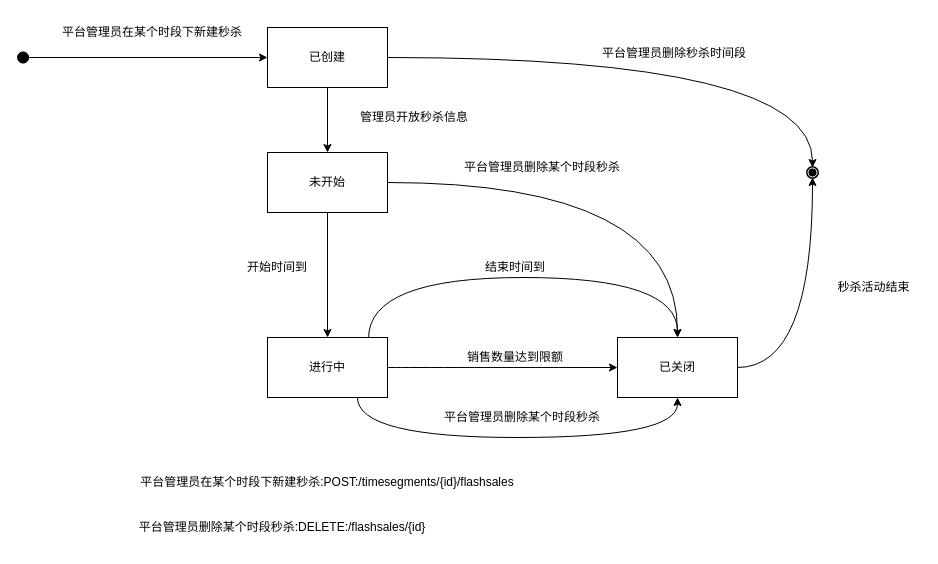
Above: OOAD小组作业/商品模块设计之秒杀活动.drawio in app1echip/grams (draw.io), before the change. Source tidied: cells renumbered, new cells numbered last; positions are measured from the earlier drawing's top-left corner, leaving out a move shared by most shapes. Both pictures are drawn from the tidied source at 100%, with x=0, y=0 at pixel (17, 17).
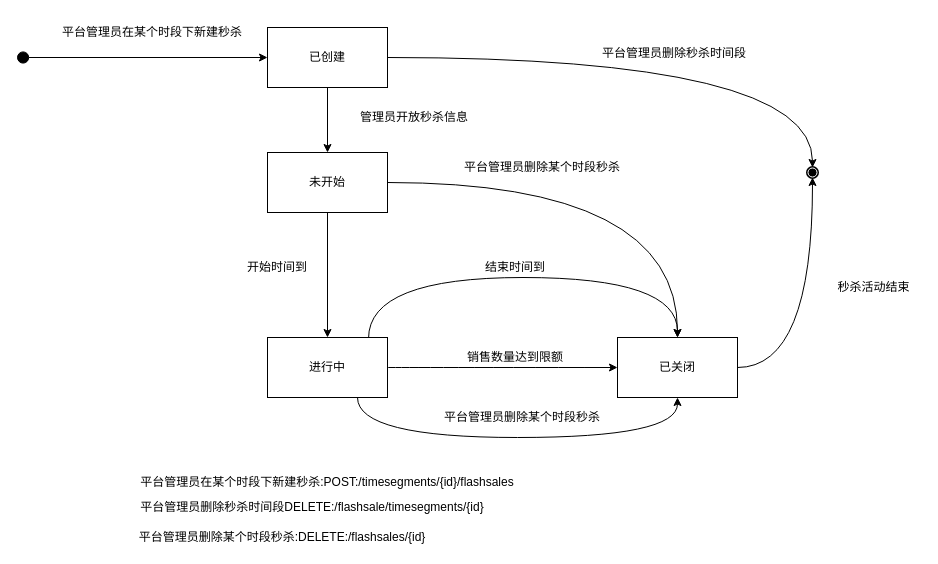
The same page after the edit.

Commit message (it also covers changes not shown here):
Update 商品模块设计之秒杀活动.drawio

Change to the diagram source:
```diff
@@
     <mxCell id="26" value="&lt;span&gt;&lt;span&gt;平台管理员删除某个时段秒杀&lt;/span&gt;&lt;/span&gt;&lt;span&gt;&lt;span&gt;&lt;span class=&quot;opblock-summary-method&quot;&gt;&lt;/span&gt;&lt;span class=&quot;opblock-summary-path&quot;&gt;&lt;a class=&quot;nostyle&quot;&gt;&lt;span&gt;:DELETE:/flashsales/{id}&lt;/span&gt;&lt;/a&gt;&lt;/span&gt;&lt;/span&gt;&lt;/span&gt;" style="text;html=1;strokeColor=none;fillColor=none;align=center;verticalAlign=middle;whiteSpace=wrap;rounded=0;shadow=0;" parent="1" vertex="1">
-      <mxGeometry x="120" y="500" width="290" height="20" as="geometry" />
+      <mxGeometry x="120" y="510" width="290" height="20" as="geometry" />
     </mxCell>
@@
+    <mxCell id="28" value="&lt;span&gt;&lt;span&gt;平台管理员删除秒杀时间段DELETE:/flashsale/timesegments/{id}&lt;/span&gt;&lt;/span&gt;" style="text;html=1;strokeColor=none;fillColor=none;align=center;verticalAlign=middle;whiteSpace=wrap;rounded=0;" parent="1" vertex="1">
+      <mxGeometry x="120" y="480" width="350" height="20" as="geometry" />
+    </mxCell>
```
